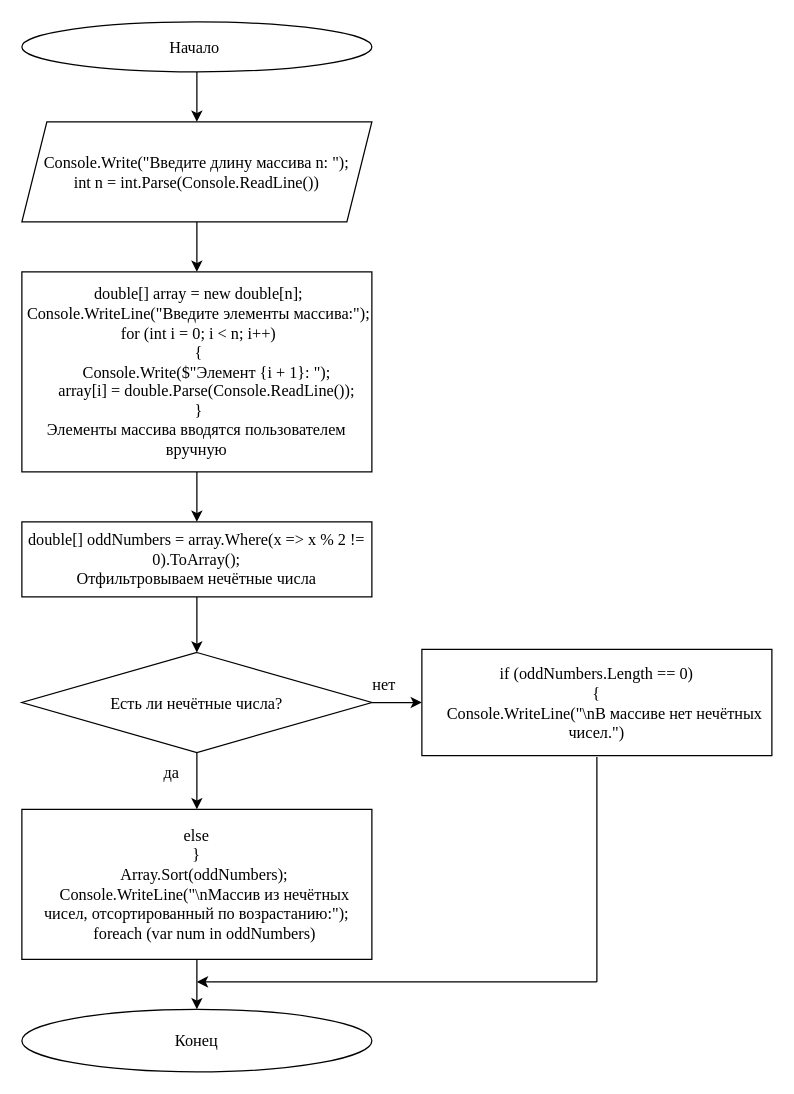
Above: Задание 9.drawio in Dimag11/- (draw.io), before the change. Source tidied: cells renumbered, new cells numbered last; positions are measured from the earlier drawing's top-left corner, leaving out a move shared by most shapes. Both pictures are drawn from the tidied source at 125%, with x=0, y=0 at pixel (21, 21).
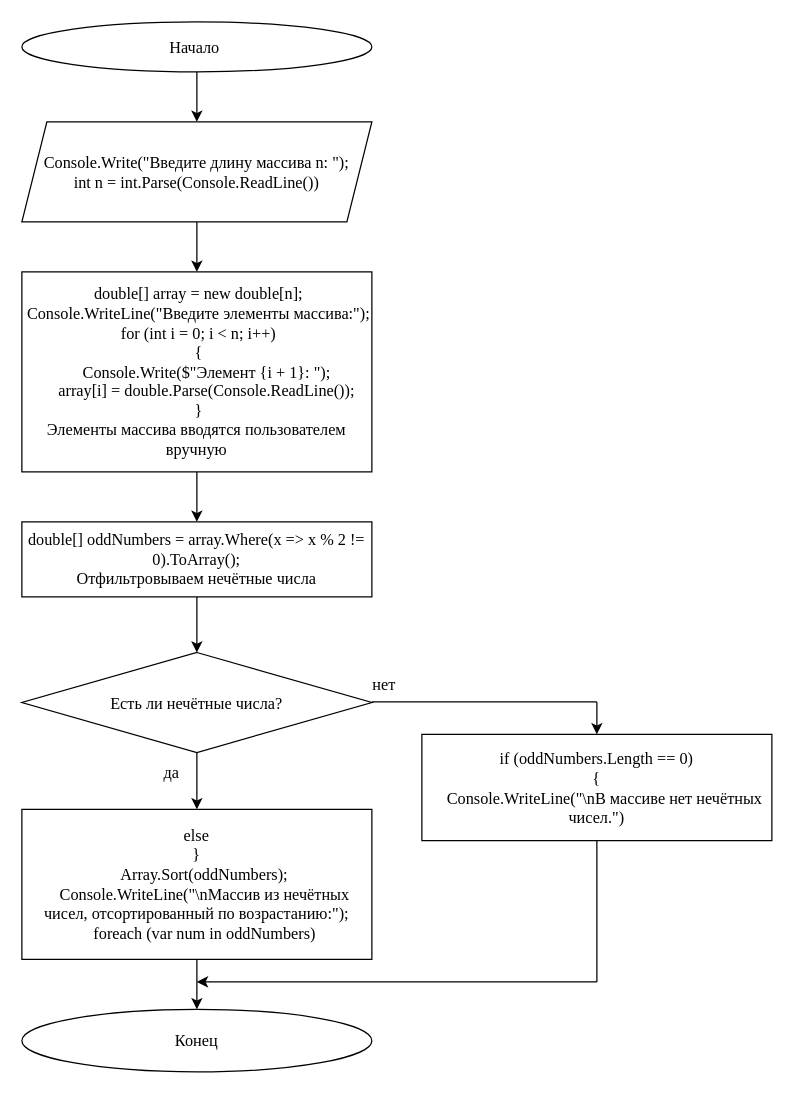
The same page after the edit.

The change refers to these unchanged cells:
```xml
<mxCell id="12" value="Есть ли нечётные числа?" style="rhombus;whiteSpace=wrap;html=1;fontFamily=Times New Roman;fontSize=13;" parent="1" vertex="1">
  <mxGeometry y="504.5" width="280" height="80" as="geometry" />
</mxCell>
```

Diff of the diagram source:
```diff
@@
-    <mxCell id="10" style="edgeStyle=orthogonalEdgeStyle;rounded=0;jettySize=auto;html=1;fontFamily=Times New Roman;fontSize=13;" parent="1" edge="1" source="12" target="13">
-      <mxGeometry relative="1" as="geometry" />
-    </mxCell>
@@
-    <mxCell id="13" value="&lt;div&gt;if (oddNumbers.Length == 0)&lt;/div&gt;&lt;div&gt;{&lt;/div&gt;&lt;div&gt;&amp;nbsp; &amp;nbsp; Console.WriteLine(&quot;\nВ массиве нет нечётных чисел.&quot;)&lt;/div&gt;" style="rounded=0;whiteSpace=wrap;html=1;fontFamily=Times New Roman;fontSize=13;" parent="1" vertex="1">
-      <mxGeometry x="320" y="502" width="280" height="85" as="geometry" />
-    </mxCell>
@@
-    <mxCell id="19" style="endArrow=none;html=1;rounded=0;" parent="1" edge="1">
+    <mxCell id="19" style="endArrow=none;html=1;rounded=0;" parent="1" edge="1" source="13">
       <mxGeometry relative="1" as="geometry">
-        <mxPoint x="460" y="768" as="sourcePoint" />
         <mxPoint x="460" y="588" as="targetPoint" />
       </mxGeometry>
     </mxCell>
@@
+    <mxCell id="21" style="endArrow=none;html=1;rounded=0;" parent="1" edge="1" target="13">
+      <mxGeometry relative="1" as="geometry">
+        <mxPoint x="460" y="768" as="sourcePoint" />
+      </mxGeometry>
+    </mxCell>
+    <mxCell id="13" value="&lt;div&gt;if (oddNumbers.Length == 0)&lt;/div&gt;&lt;div&gt;{&lt;/div&gt;&lt;div&gt;&amp;nbsp; &amp;nbsp; Console.WriteLine(&quot;\nВ массиве нет нечётных чисел.&quot;)&lt;/div&gt;" style="rounded=0;whiteSpace=wrap;html=1;fontFamily=Times New Roman;fontSize=13;" parent="1" vertex="1">
+      <mxGeometry x="320" y="570" width="280" height="85" as="geometry" />
+    </mxCell>
+    <mxCell id="22" style="endArrow=none;html=1;rounded=0;" parent="1" edge="1">
+      <mxGeometry relative="1" as="geometry">
+        <mxPoint x="280" y="544" as="sourcePoint" />
+        <mxPoint x="460" y="544" as="targetPoint" />
+      </mxGeometry>
+    </mxCell>
+    <mxCell id="23" style="endArrow=classic;html=1;rounded=0;" parent="1" edge="1" target="13">
+      <mxGeometry relative="1" as="geometry">
+        <mxPoint x="460" y="544" as="sourcePoint" />
+      </mxGeometry>
+    </mxCell>
```
